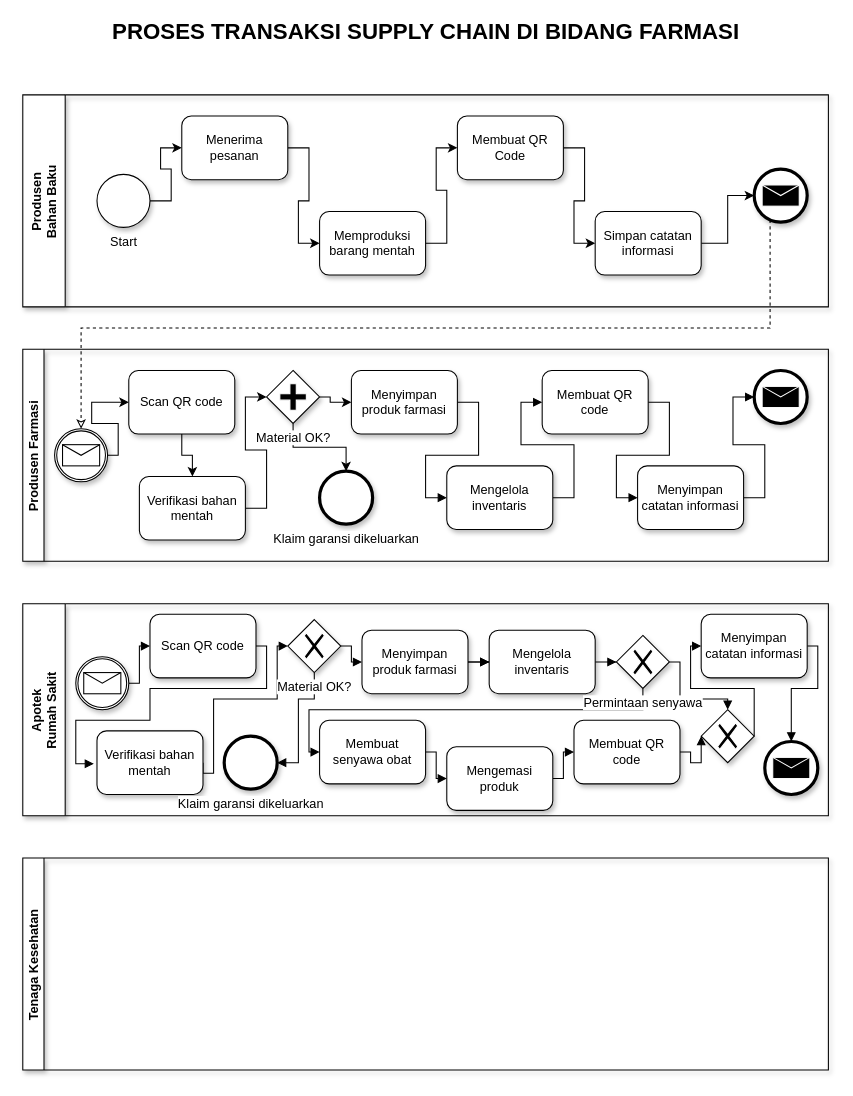
The draw.io diagram Tugas/BPMN4.drawio in kucingtakucin/Proses-Bisnis-dan-SIM, before the edit. Source tidied: cells renumbered, new cells numbered last; positions are measured from the earlier drawing's top-left corner, leaving out a move shared by most shapes. Both pictures are drawn from the tidied source at 106%, with x=0, y=0 at pixel (22, 20).
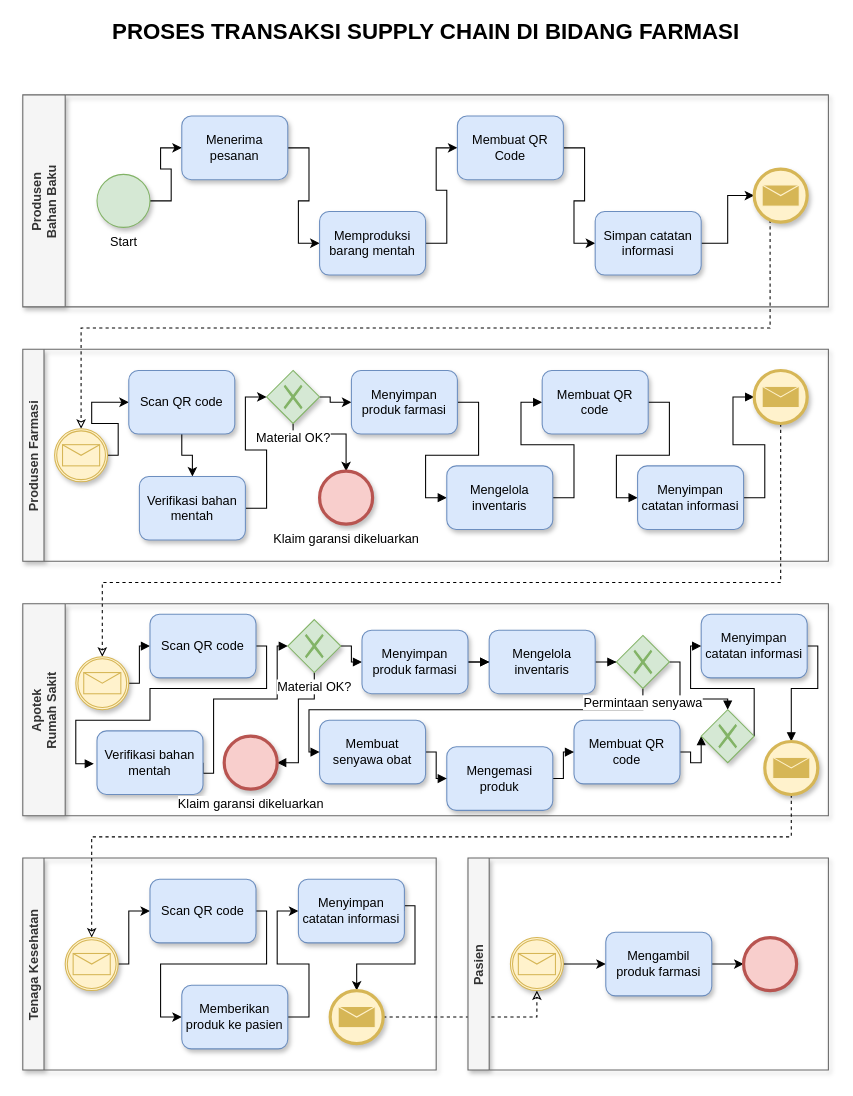
The same diagram, later.

Diff of the diagram source:
```diff
@@
-    <mxCell id="2" value="Produsen &#10;Bahan Baku" style="swimlane;startSize=40;horizontal=0;shadow=1;" parent="1" vertex="1">
+    <mxCell id="2" value="Produsen &#10;Bahan Baku" style="swimlane;startSize=40;horizontal=0;shadow=1;fillColor=#f5f5f5;strokeColor=#666666;fontColor=#333333;" parent="1" vertex="1">
       <mxGeometry y="70" width="760" height="200" as="geometry" />
     </mxCell>
-    <mxCell id="3" value="Produsen Farmasi" style="swimlane;startSize=20;horizontal=0;shadow=1;" parent="1" vertex="1">
+    <mxCell id="3" value="Produsen Farmasi" style="swimlane;startSize=20;horizontal=0;shadow=1;fillColor=#f5f5f5;strokeColor=#666666;fontColor=#333333;" parent="1" vertex="1">
       <mxGeometry y="310" width="760" height="200" as="geometry" />
     </mxCell>
-    <mxCell id="4" value="Apotek &#10;Rumah Sakit" style="swimlane;startSize=40;horizontal=0;shadow=1;" parent="1" vertex="1">
+    <mxCell id="4" value="Apotek &#10;Rumah Sakit" style="swimlane;startSize=40;horizontal=0;shadow=1;fillColor=#f5f5f5;strokeColor=#666666;fontColor=#333333;" parent="1" vertex="1">
       <mxGeometry y="550" width="760" height="200" as="geometry" />
     </mxCell>
-    <mxCell id="5" value="Tenaga Kesehatan" style="swimlane;startSize=20;horizontal=0;shadow=1;" parent="1" vertex="1">
-      <mxGeometry y="790" width="760" height="200" as="geometry" />
+    <mxCell id="5" value="Tenaga Kesehatan" style="swimlane;startSize=20;horizontal=0;shadow=1;fillColor=#f5f5f5;strokeColor=#666666;fontColor=#333333;" parent="1" vertex="1">
+      <mxGeometry y="790" width="390" height="200" as="geometry" />
     </mxCell>
@@
-    <mxCell id="8" value="Start" style="shape=mxgraph.bpmn.shape;html=1;verticalLabelPosition=bottom;labelBackgroundColor=#ffffff;verticalAlign=top;align=center;perimeter=ellipsePerimeter;outlineConnect=0;outline=standard;symbol=general;shadow=1;" parent="1" vertex="1">
+    <mxCell id="8" value="Start" style="shape=mxgraph.bpmn.shape;html=1;verticalLabelPosition=bottom;labelBackgroundColor=#ffffff;verticalAlign=top;align=center;perimeter=ellipsePerimeter;outlineConnect=0;outline=standard;symbol=general;shadow=1;fillColor=#d5e8d4;strokeColor=#82b366;" parent="1" vertex="1">
       <mxGeometry x="70" y="145" width="50" height="50" as="geometry" />
     </mxCell>
@@
-    <mxCell id="10" value="Menerima pesanan" style="shape=ext;rounded=1;html=1;whiteSpace=wrap;shadow=1;" parent="1" vertex="1">
+    <mxCell id="10" value="Menerima pesanan" style="shape=ext;rounded=1;html=1;whiteSpace=wrap;shadow=1;fillColor=#dae8fc;strokeColor=#6c8ebf;" parent="1" vertex="1">
       <mxGeometry x="150" y="90" width="100" height="60" as="geometry" />
     </mxCell>
@@
-    <mxCell id="12" value="Memproduksi barang mentah" style="shape=ext;rounded=1;html=1;whiteSpace=wrap;shadow=1;" parent="1" vertex="1">
+    <mxCell id="12" value="Memproduksi barang mentah" style="shape=ext;rounded=1;html=1;whiteSpace=wrap;shadow=1;fillColor=#dae8fc;strokeColor=#6c8ebf;" parent="1" vertex="1">
       <mxGeometry x="280" y="180" width="100" height="60" as="geometry" />
     </mxCell>
@@
-    <mxCell id="14" value="Membuat QR Code" style="shape=ext;rounded=1;html=1;whiteSpace=wrap;shadow=1;" parent="1" vertex="1">
+    <mxCell id="14" value="Membuat QR Code" style="shape=ext;rounded=1;html=1;whiteSpace=wrap;shadow=1;fillColor=#dae8fc;strokeColor=#6c8ebf;" parent="1" vertex="1">
       <mxGeometry x="410" y="90" width="100" height="60" as="geometry" />
     </mxCell>
@@
-    <mxCell id="16" value="Simpan catatan informasi" style="shape=ext;rounded=1;html=1;whiteSpace=wrap;shadow=1;" parent="1" vertex="1">
+    <mxCell id="16" value="Simpan catatan informasi" style="shape=ext;rounded=1;html=1;whiteSpace=wrap;shadow=1;fillColor=#dae8fc;strokeColor=#6c8ebf;" parent="1" vertex="1">
       <mxGeometry x="540" y="180" width="100" height="60" as="geometry" />
     </mxCell>
@@
-    <mxCell id="18" style="shape=mxgraph.bpmn.shape;html=1;verticalLabelPosition=bottom;labelBackgroundColor=#ffffff;verticalAlign=top;align=center;perimeter=ellipsePerimeter;outlineConnect=0;outline=end;symbol=message;shadow=1;" parent="1" vertex="1">
+    <mxCell id="18" style="shape=mxgraph.bpmn.shape;html=1;verticalLabelPosition=bottom;labelBackgroundColor=#ffffff;verticalAlign=top;align=center;perimeter=ellipsePerimeter;outlineConnect=0;outline=end;symbol=message;shadow=1;fillColor=#fff2cc;strokeColor=#d6b656;" parent="1" vertex="1">
       <mxGeometry x="690" y="140" width="50" height="50" as="geometry" />
     </mxCell>
@@
-    <mxCell id="20" style="shape=mxgraph.bpmn.shape;html=1;verticalLabelPosition=bottom;labelBackgroundColor=#ffffff;verticalAlign=top;align=center;perimeter=ellipsePerimeter;outlineConnect=0;outline=catching;symbol=message;shadow=1;" parent="1" vertex="1">
+    <mxCell id="20" style="shape=mxgraph.bpmn.shape;html=1;verticalLabelPosition=bottom;labelBackgroundColor=#ffffff;verticalAlign=top;align=center;perimeter=ellipsePerimeter;outlineConnect=0;outline=catching;symbol=message;shadow=1;fillColor=#fff2cc;strokeColor=#d6b656;" parent="1" vertex="1">
       <mxGeometry x="30" y="385" width="50" height="50" as="geometry" />
     </mxCell>
@@
-    <mxCell id="22" value="Scan QR code" style="shape=ext;rounded=1;html=1;whiteSpace=wrap;shadow=1;" parent="1" vertex="1">
+    <mxCell id="22" value="Scan QR code" style="shape=ext;rounded=1;html=1;whiteSpace=wrap;shadow=1;fillColor=#dae8fc;strokeColor=#6c8ebf;" parent="1" vertex="1">
       <mxGeometry x="100" y="330" width="100" height="60" as="geometry" />
     </mxCell>
@@
     <mxCell id="24" style="edgeStyle=orthogonalEdgeStyle;rounded=0;jettySize=auto;html=1;endArrow=classic;endFill=1;" parent="1" edge="1" source="25" target="36">
-      <mxGeometry relative="1" as="geometry" />
+      <mxGeometry relative="1" as="geometry">
+        <Array as="points">
+          <mxPoint x="255" y="390" />
+          <mxPoint x="305" y="390" />
+        </Array>
+      </mxGeometry>
     </mxCell>
-    <mxCell id="25" value="Material OK?" style="shape=mxgraph.bpmn.shape;html=1;verticalLabelPosition=bottom;labelBackgroundColor=#ffffff;verticalAlign=top;align=center;perimeter=rhombusPerimeter;background=gateway;outlineConnect=0;outline=none;symbol=parallelGw;shadow=1;" parent="1" vertex="1">
-      <mxGeometry x="230" y="330" width="50" height="50" as="geometry" />
-    </mxCell>
-    <mxCell id="26" style="edgeStyle=orthogonalEdgeStyle;rounded=0;jettySize=auto;html=1;entryX=0;entryY=0.5;entryDx=0;entryDy=0;endArrow=classic;endFill=1;" parent="1" edge="1" source="27" target="25">
+    <mxCell id="26" style="edgeStyle=orthogonalEdgeStyle;rounded=0;jettySize=auto;html=1;endArrow=classic;endFill=1;entryX=0;entryY=0.5;entryDx=0;entryDy=0;" parent="1" edge="1" source="27" target="25">
       <mxGeometry relative="1" as="geometry" />
     </mxCell>
-    <mxCell id="27" value="Verifikasi bahan mentah" style="shape=ext;rounded=1;html=1;whiteSpace=wrap;shadow=1;" parent="1" vertex="1">
+    <mxCell id="27" value="Verifikasi bahan mentah" style="shape=ext;rounded=1;html=1;whiteSpace=wrap;shadow=1;fillColor=#dae8fc;strokeColor=#6c8ebf;" parent="1" vertex="1">
       <mxGeometry x="110" y="430" width="100" height="60" as="geometry" />
     </mxCell>
@@
-    <mxCell id="29" value="Menyimpan produk farmasi" style="shape=ext;rounded=1;html=1;whiteSpace=wrap;shadow=1;" parent="1" vertex="1">
+    <mxCell id="29" value="Menyimpan produk farmasi" style="shape=ext;rounded=1;html=1;whiteSpace=wrap;shadow=1;fillColor=#dae8fc;strokeColor=#6c8ebf;" parent="1" vertex="1">
       <mxGeometry x="310" y="330" width="100" height="60" as="geometry" />
     </mxCell>
@@
-    <mxCell id="31" value="Mengelola inventaris" style="shape=ext;rounded=1;html=1;whiteSpace=wrap;shadow=1;" parent="1" vertex="1">
+    <mxCell id="31" value="Mengelola inventaris" style="shape=ext;rounded=1;html=1;whiteSpace=wrap;shadow=1;fillColor=#dae8fc;strokeColor=#6c8ebf;" parent="1" vertex="1">
       <mxGeometry x="400" y="420" width="100" height="60" as="geometry" />
     </mxCell>
@@
-    <mxCell id="33" value="Membuat QR code" style="shape=ext;rounded=1;html=1;whiteSpace=wrap;shadow=1;" parent="1" vertex="1">
+    <mxCell id="33" value="Membuat QR code" style="shape=ext;rounded=1;html=1;whiteSpace=wrap;shadow=1;fillColor=#dae8fc;strokeColor=#6c8ebf;" parent="1" vertex="1">
       <mxGeometry x="490" y="330" width="100" height="60" as="geometry" />
     </mxCell>
@@
-    <mxCell id="35" value="Menyimpan catatan informasi" style="shape=ext;rounded=1;html=1;whiteSpace=wrap;shadow=1;" parent="1" vertex="1">
+    <mxCell id="35" value="Menyimpan catatan informasi" style="shape=ext;rounded=1;html=1;whiteSpace=wrap;shadow=1;fillColor=#dae8fc;strokeColor=#6c8ebf;" parent="1" vertex="1">
       <mxGeometry x="580" y="420" width="100" height="60" as="geometry" />
     </mxCell>
-    <mxCell id="36" value="Klaim garansi dikeluarkan" style="shape=mxgraph.bpmn.shape;html=1;verticalLabelPosition=bottom;labelBackgroundColor=#ffffff;verticalAlign=top;align=center;perimeter=ellipsePerimeter;outlineConnect=0;outline=end;symbol=general;shadow=1;" parent="1" vertex="1">
+    <mxCell id="36" value="Klaim garansi dikeluarkan" style="shape=mxgraph.bpmn.shape;html=1;verticalLabelPosition=bottom;labelBackgroundColor=#ffffff;verticalAlign=top;align=center;perimeter=ellipsePerimeter;outlineConnect=0;outline=end;symbol=general;shadow=1;fillColor=#f8cecc;strokeColor=#b85450;" parent="1" vertex="1">
       <mxGeometry x="280" y="425" width="50" height="50" as="geometry" />
     </mxCell>
+    <mxCell id="67" style="edgeStyle=orthogonalEdgeStyle;rounded=0;jettySize=auto;html=1;endArrow=classic;endFill=0;dashed=1;" parent="1" edge="1" source="37" target="39">
+      <mxGeometry relative="1" as="geometry">
+        <Array as="points">
+          <mxPoint x="715" y="530" />
+          <mxPoint x="75" y="530" />
+        </Array>
+      </mxGeometry>
+    </mxCell>
-    <mxCell id="37" style="shape=mxgraph.bpmn.shape;html=1;verticalLabelPosition=bottom;labelBackgroundColor=#ffffff;verticalAlign=top;align=center;perimeter=ellipsePerimeter;outlineConnect=0;outline=end;symbol=message;shadow=1;" parent="1" vertex="1">
+    <mxCell id="37" style="shape=mxgraph.bpmn.shape;html=1;verticalLabelPosition=bottom;labelBackgroundColor=#ffffff;verticalAlign=top;align=center;perimeter=ellipsePerimeter;outlineConnect=0;outline=end;symbol=message;shadow=1;fillColor=#fff2cc;strokeColor=#d6b656;" parent="1" vertex="1">
       <mxGeometry x="690" y="330" width="50" height="50" as="geometry" />
     </mxCell>
@@
-    <mxCell id="39" style="shape=mxgraph.bpmn.shape;html=1;verticalLabelPosition=bottom;labelBackgroundColor=#ffffff;verticalAlign=top;align=center;perimeter=ellipsePerimeter;outlineConnect=0;outline=catching;symbol=message;shadow=1;" parent="1" vertex="1">
+    <mxCell id="39" style="shape=mxgraph.bpmn.shape;html=1;verticalLabelPosition=bottom;labelBackgroundColor=#ffffff;verticalAlign=top;align=center;perimeter=ellipsePerimeter;outlineConnect=0;outline=catching;symbol=message;shadow=1;fillColor=#fff2cc;strokeColor=#d6b656;" parent="1" vertex="1">
       <mxGeometry x="50" y="600" width="50" height="50" as="geometry" />
     </mxCell>
@@
-    <mxCell id="41" value="Scan QR code" style="shape=ext;rounded=1;html=1;whiteSpace=wrap;shadow=1;" parent="1" vertex="1">
+    <mxCell id="41" value="Scan QR code" style="shape=ext;rounded=1;html=1;whiteSpace=wrap;shadow=1;fillColor=#dae8fc;strokeColor=#6c8ebf;" parent="1" vertex="1">
       <mxGeometry x="120" y="560" width="100" height="60" as="geometry" />
     </mxCell>
@@
-    <mxCell id="43" value="Verifikasi bahan mentah" style="shape=ext;rounded=1;html=1;whiteSpace=wrap;shadow=1;" parent="1" vertex="1">
+    <mxCell id="43" value="Verifikasi bahan mentah" style="shape=ext;rounded=1;html=1;whiteSpace=wrap;shadow=1;fillColor=#dae8fc;strokeColor=#6c8ebf;" parent="1" vertex="1">
       <mxGeometry x="70" y="670" width="100" height="60" as="geometry" />
     </mxCell>
@@
-    <mxCell id="46" value="Klaim garansi dikeluarkan" style="shape=mxgraph.bpmn.shape;html=1;verticalLabelPosition=bottom;labelBackgroundColor=#ffffff;verticalAlign=top;align=center;perimeter=ellipsePerimeter;outlineConnect=0;outline=end;symbol=general;shadow=1;" parent="1" vertex="1">
+    <mxCell id="46" value="Klaim garansi dikeluarkan" style="shape=mxgraph.bpmn.shape;html=1;verticalLabelPosition=bottom;labelBackgroundColor=#ffffff;verticalAlign=top;align=center;perimeter=ellipsePerimeter;outlineConnect=0;outline=end;symbol=general;shadow=1;fillColor=#f8cecc;strokeColor=#b85450;" parent="1" vertex="1">
       <mxGeometry x="190" y="675" width="50" height="50" as="geometry" />
     </mxCell>
@@
-    <mxCell id="49" value="Menyimpan produk farmasi" style="shape=ext;rounded=1;html=1;whiteSpace=wrap;shadow=1;" parent="1" vertex="1">
+    <mxCell id="49" value="Menyimpan produk farmasi" style="shape=ext;rounded=1;html=1;whiteSpace=wrap;shadow=1;fillColor=#dae8fc;strokeColor=#6c8ebf;" parent="1" vertex="1">
       <mxGeometry x="320" y="575" width="100" height="60" as="geometry" />
     </mxCell>
@@
-    <mxCell id="51" value="Mengelola inventaris" style="shape=ext;rounded=1;html=1;whiteSpace=wrap;shadow=1;" parent="1" vertex="1">
+    <mxCell id="51" value="Mengelola inventaris" style="shape=ext;rounded=1;html=1;whiteSpace=wrap;shadow=1;fillColor=#dae8fc;strokeColor=#6c8ebf;" parent="1" vertex="1">
       <mxGeometry x="440" y="575" width="100" height="60" as="geometry" />
     </mxCell>
@@
-    <mxCell id="53" value="Membuat QR code" style="shape=ext;rounded=1;html=1;whiteSpace=wrap;shadow=1;" parent="1" vertex="1">
+    <mxCell id="53" value="Membuat QR code" style="shape=ext;rounded=1;html=1;whiteSpace=wrap;shadow=1;fillColor=#dae8fc;strokeColor=#6c8ebf;" parent="1" vertex="1">
       <mxGeometry x="520" y="660" width="100" height="60" as="geometry" />
     </mxCell>
@@
-    <mxCell id="55" value="Menyimpan catatan informasi" style="shape=ext;rounded=1;html=1;whiteSpace=wrap;shadow=1;" parent="1" vertex="1">
+    <mxCell id="55" value="Menyimpan catatan informasi" style="shape=ext;rounded=1;html=1;whiteSpace=wrap;shadow=1;fillColor=#dae8fc;strokeColor=#6c8ebf;" parent="1" vertex="1">
       <mxGeometry x="640" y="560" width="100" height="60" as="geometry" />
     </mxCell>
+    <mxCell id="68" style="edgeStyle=orthogonalEdgeStyle;rounded=0;jettySize=auto;html=1;endArrow=classic;endFill=0;dashed=1;" parent="1" edge="1" source="56" target="70">
+      <mxGeometry relative="1" as="geometry">
+        <Array as="points">
+          <mxPoint x="725" y="770" />
+          <mxPoint x="65" y="770" />
+        </Array>
+      </mxGeometry>
+    </mxCell>
-    <mxCell id="56" style="shape=mxgraph.bpmn.shape;html=1;verticalLabelPosition=bottom;labelBackgroundColor=#ffffff;verticalAlign=top;align=center;perimeter=ellipsePerimeter;outlineConnect=0;outline=end;symbol=message;shadow=1;" parent="1" vertex="1">
+    <mxCell id="56" style="shape=mxgraph.bpmn.shape;html=1;verticalLabelPosition=bottom;labelBackgroundColor=#ffffff;verticalAlign=top;align=center;perimeter=ellipsePerimeter;outlineConnect=0;outline=end;symbol=message;shadow=1;fillColor=#fff2cc;strokeColor=#d6b656;" parent="1" vertex="1">
       <mxGeometry x="700" y="680" width="50" height="50" as="geometry" />
     </mxCell>
@@
-    <mxCell id="58" value="Mengemasi produk " style="shape=ext;rounded=1;html=1;whiteSpace=wrap;shadow=1;" parent="1" vertex="1">
+    <mxCell id="58" value="Mengemasi produk " style="shape=ext;rounded=1;html=1;whiteSpace=wrap;shadow=1;fillColor=#dae8fc;strokeColor=#6c8ebf;" parent="1" vertex="1">
       <mxGeometry x="400" y="685" width="100" height="60" as="geometry" />
     </mxCell>
@@
-    <mxCell id="60" value="Membuat senyawa obat" style="shape=ext;rounded=1;html=1;whiteSpace=wrap;shadow=1;" parent="1" vertex="1">
+    <mxCell id="60" value="Membuat senyawa obat" style="shape=ext;rounded=1;html=1;whiteSpace=wrap;shadow=1;fillColor=#dae8fc;strokeColor=#6c8ebf;" parent="1" vertex="1">
       <mxGeometry x="280" y="660" width="100" height="60" as="geometry" />
     </mxCell>
@@
-    <mxCell id="64" style="shape=mxgraph.bpmn.shape;html=1;verticalLabelPosition=bottom;labelBackgroundColor=#ffffff;verticalAlign=top;align=center;perimeter=rhombusPerimeter;background=gateway;outlineConnect=0;outline=none;symbol=exclusiveGw;shadow=1;" parent="1" vertex="1">
+    <mxCell id="64" style="shape=mxgraph.bpmn.shape;html=1;verticalLabelPosition=bottom;labelBackgroundColor=#ffffff;verticalAlign=top;align=center;perimeter=rhombusPerimeter;background=gateway;outlineConnect=0;outline=none;symbol=exclusiveGw;shadow=1;fillColor=#d5e8d4;strokeColor=#82b366;" parent="1" vertex="1">
       <mxGeometry x="640" y="650" width="50" height="50" as="geometry" />
     </mxCell>
-    <mxCell id="65" value="Material OK?" style="shape=mxgraph.bpmn.shape;html=1;verticalLabelPosition=bottom;labelBackgroundColor=#ffffff;verticalAlign=top;align=center;perimeter=rhombusPerimeter;background=gateway;outlineConnect=0;outline=none;symbol=exclusiveGw;shadow=1;" parent="1" vertex="1">
+    <mxCell id="65" value="Material OK?" style="shape=mxgraph.bpmn.shape;html=1;verticalLabelPosition=bottom;labelBackgroundColor=#ffffff;verticalAlign=top;align=center;perimeter=rhombusPerimeter;background=gateway;outlineConnect=0;outline=none;symbol=exclusiveGw;shadow=1;fillColor=#d5e8d4;strokeColor=#82b366;" parent="1" vertex="1">
       <mxGeometry x="250" y="565" width="50" height="50" as="geometry" />
     </mxCell>
-    <mxCell id="66" value="Permintaan senyawa" style="shape=mxgraph.bpmn.shape;html=1;verticalLabelPosition=bottom;labelBackgroundColor=#ffffff;verticalAlign=top;align=center;perimeter=rhombusPerimeter;background=gateway;outlineConnect=0;outline=none;symbol=exclusiveGw;shadow=1;" parent="1" vertex="1">
+    <mxCell id="66" value="Permintaan senyawa" style="shape=mxgraph.bpmn.shape;html=1;verticalLabelPosition=bottom;labelBackgroundColor=#ffffff;verticalAlign=top;align=center;perimeter=rhombusPerimeter;background=gateway;outlineConnect=0;outline=none;symbol=exclusiveGw;shadow=1;fillColor=#d5e8d4;strokeColor=#82b366;" parent="1" vertex="1">
       <mxGeometry x="560" y="580" width="50" height="50" as="geometry" />
     </mxCell>
+    <mxCell id="25" value="Material OK?" style="shape=mxgraph.bpmn.shape;html=1;verticalLabelPosition=bottom;labelBackgroundColor=#ffffff;verticalAlign=top;align=center;perimeter=rhombusPerimeter;background=gateway;outlineConnect=0;outline=none;symbol=exclusiveGw;shadow=1;fillColor=#d5e8d4;strokeColor=#82b366;" parent="1" vertex="1">
+      <mxGeometry x="230" y="330" width="50" height="50" as="geometry" />
+    </mxCell>
+    <mxCell id="69" style="edgeStyle=orthogonalEdgeStyle;rounded=0;jettySize=auto;html=1;endArrow=classic;endFill=1;" parent="1" edge="1" source="70" target="72">
+      <mxGeometry relative="1" as="geometry">
+        <Array as="points">
+          <mxPoint x="100" y="890" />
+          <mxPoint x="100" y="840" />
+        </Array>
+      </mxGeometry>
+    </mxCell>
+    <mxCell id="70" style="shape=mxgraph.bpmn.shape;html=1;verticalLabelPosition=bottom;labelBackgroundColor=#ffffff;verticalAlign=top;align=center;perimeter=ellipsePerimeter;outlineConnect=0;outline=catching;symbol=message;shadow=1;fillColor=#fff2cc;strokeColor=#d6b656;" parent="1" vertex="1">
+      <mxGeometry x="40" y="865" width="50" height="50" as="geometry" />
+    </mxCell>
+    <mxCell id="71" style="edgeStyle=orthogonalEdgeStyle;rounded=0;jettySize=auto;html=1;entryX=0;entryY=0.5;entryDx=0;entryDy=0;endArrow=classic;endFill=1;exitX=1;exitY=0.5;exitDx=0;exitDy=0;" parent="1" edge="1" source="72" target="74">
+      <mxGeometry relative="1" as="geometry">
+        <Array as="points">
+          <mxPoint x="230" y="840" />
+          <mxPoint x="230" y="890" />
+          <mxPoint x="130" y="890" />
+          <mxPoint x="130" y="940" />
+        </Array>
+      </mxGeometry>
+    </mxCell>
+    <mxCell id="72" value="Scan QR code" style="shape=ext;rounded=1;html=1;whiteSpace=wrap;shadow=1;fillColor=#dae8fc;strokeColor=#6c8ebf;" parent="1" vertex="1">
+      <mxGeometry x="120" y="810" width="100" height="60" as="geometry" />
+    </mxCell>
+    <mxCell id="73" style="edgeStyle=orthogonalEdgeStyle;rounded=0;jettySize=auto;html=1;entryX=0;entryY=0.5;entryDx=0;entryDy=0;endArrow=classic;endFill=1;" parent="1" edge="1" source="74" target="76">
+      <mxGeometry relative="1" as="geometry" />
+    </mxCell>
+    <mxCell id="74" value="Memberikan produk ke pasien" style="shape=ext;rounded=1;html=1;whiteSpace=wrap;shadow=1;fillColor=#dae8fc;strokeColor=#6c8ebf;" parent="1" vertex="1">
+      <mxGeometry x="150" y="910" width="100" height="60" as="geometry" />
+    </mxCell>
+    <mxCell id="75" style="edgeStyle=orthogonalEdgeStyle;rounded=0;jettySize=auto;html=1;endArrow=classic;endFill=1;exitX=1;exitY=0.5;exitDx=0;exitDy=0;" parent="1" edge="1" source="76" target="78">
+      <mxGeometry relative="1" as="geometry">
+        <Array as="points">
+          <mxPoint x="360" y="835" />
+          <mxPoint x="370" y="835" />
+          <mxPoint x="370" y="890" />
+          <mxPoint x="315" y="890" />
+        </Array>
+      </mxGeometry>
+    </mxCell>
+    <mxCell id="76" value="Menyimpan catatan informasi" style="shape=ext;rounded=1;html=1;whiteSpace=wrap;shadow=1;fillColor=#dae8fc;strokeColor=#6c8ebf;" parent="1" vertex="1">
+      <mxGeometry x="260" y="810" width="100" height="60" as="geometry" />
+    </mxCell>
+    <mxCell id="77" style="edgeStyle=orthogonalEdgeStyle;rounded=0;jettySize=auto;html=1;dashed=1;endArrow=classic;endFill=0;entryX=0.5;entryY=1;entryDx=0;entryDy=0;" parent="1" edge="1" source="78" target="81">
+      <mxGeometry relative="1" as="geometry" />
+    </mxCell>
+    <mxCell id="78" style="shape=mxgraph.bpmn.shape;html=1;verticalLabelPosition=bottom;labelBackgroundColor=#ffffff;verticalAlign=top;align=center;perimeter=ellipsePerimeter;outlineConnect=0;outline=end;symbol=message;shadow=1;fillColor=#fff2cc;strokeColor=#d6b656;" parent="1" vertex="1">
+      <mxGeometry x="290" y="915" width="50" height="50" as="geometry" />
+    </mxCell>
+    <mxCell id="79" value="Pasien" style="swimlane;startSize=20;horizontal=0;shadow=1;fillColor=#f5f5f5;strokeColor=#666666;fontColor=#333333;" parent="1" vertex="1">
+      <mxGeometry x="420" y="790" width="340" height="200" as="geometry" />
+    </mxCell>
+    <mxCell id="80" style="edgeStyle=orthogonalEdgeStyle;rounded=0;jettySize=auto;html=1;endArrow=classic;endFill=1;" parent="1" edge="1" source="81" target="83">
+      <mxGeometry relative="1" as="geometry" />
+    </mxCell>
+    <mxCell id="81" style="shape=mxgraph.bpmn.shape;html=1;verticalLabelPosition=bottom;labelBackgroundColor=#ffffff;verticalAlign=top;align=center;perimeter=ellipsePerimeter;outlineConnect=0;outline=catching;symbol=message;shadow=1;fillColor=#fff2cc;strokeColor=#d6b656;" parent="1" vertex="1">
+      <mxGeometry x="460" y="865" width="50" height="50" as="geometry" />
+    </mxCell>
+    <mxCell id="82" style="edgeStyle=orthogonalEdgeStyle;rounded=0;jettySize=auto;html=1;endArrow=classic;endFill=1;" parent="1" edge="1" source="83" target="84">
+      <mxGeometry relative="1" as="geometry" />
+    </mxCell>
+    <mxCell id="83" value="Mengambil produk farmasi" style="shape=ext;rounded=1;html=1;whiteSpace=wrap;shadow=1;fillColor=#dae8fc;strokeColor=#6c8ebf;" parent="1" vertex="1">
+      <mxGeometry x="550" y="860" width="100" height="60" as="geometry" />
+    </mxCell>
+    <mxCell id="84" style="shape=mxgraph.bpmn.shape;html=1;verticalLabelPosition=bottom;labelBackgroundColor=#ffffff;verticalAlign=top;align=center;perimeter=ellipsePerimeter;outlineConnect=0;outline=end;symbol=general;shadow=1;fillColor=#f8cecc;strokeColor=#b85450;" parent="1" vertex="1">
+      <mxGeometry x="680" y="865" width="50" height="50" as="geometry" />
+    </mxCell>
```
